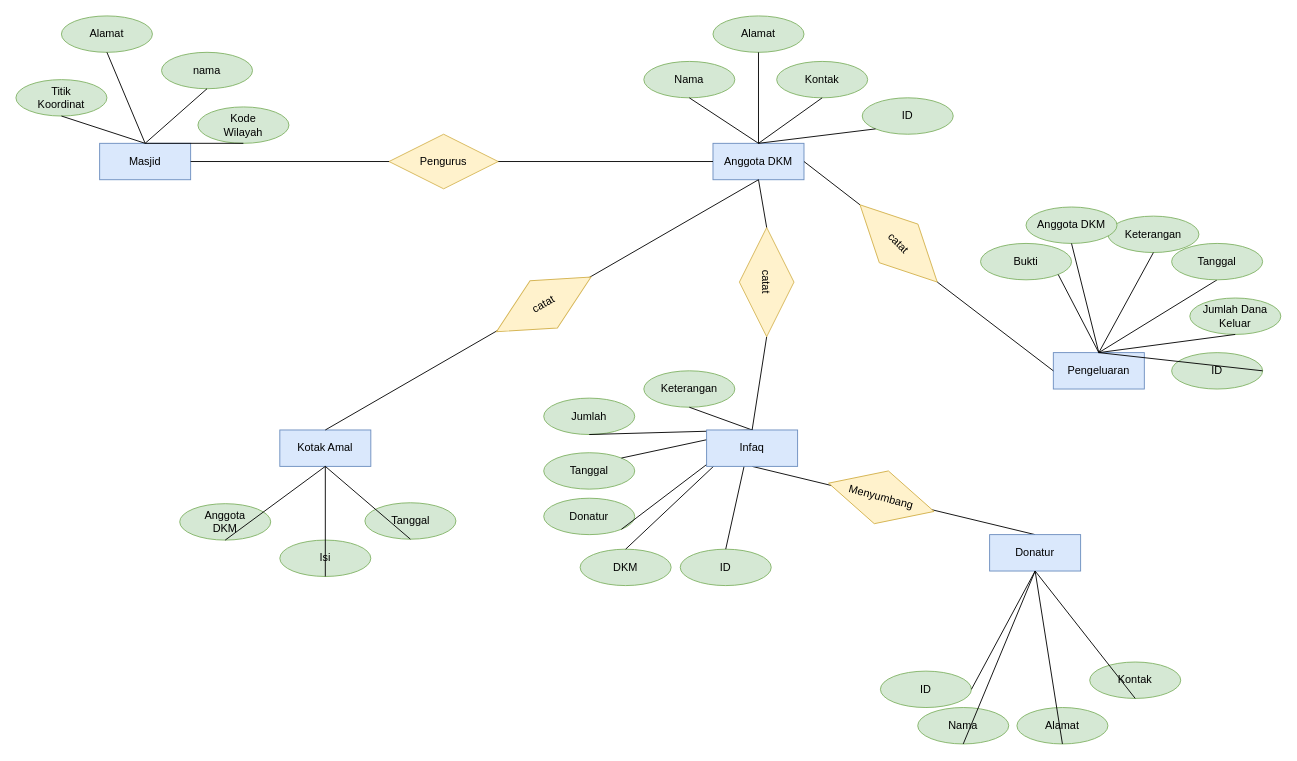
rifkymaulana6/IF214002 keeps this draw.io diagram as pertemuan2/ERD.drawio. Above is the earlier version. Source tidied: cells renumbered, new cells numbered last; positions are measured from the earlier drawing's top-left corner, leaving out a move shared by most shapes. Both pictures are drawn from the tidied source at 91%, with x=0, y=0 at pixel (15, 15).
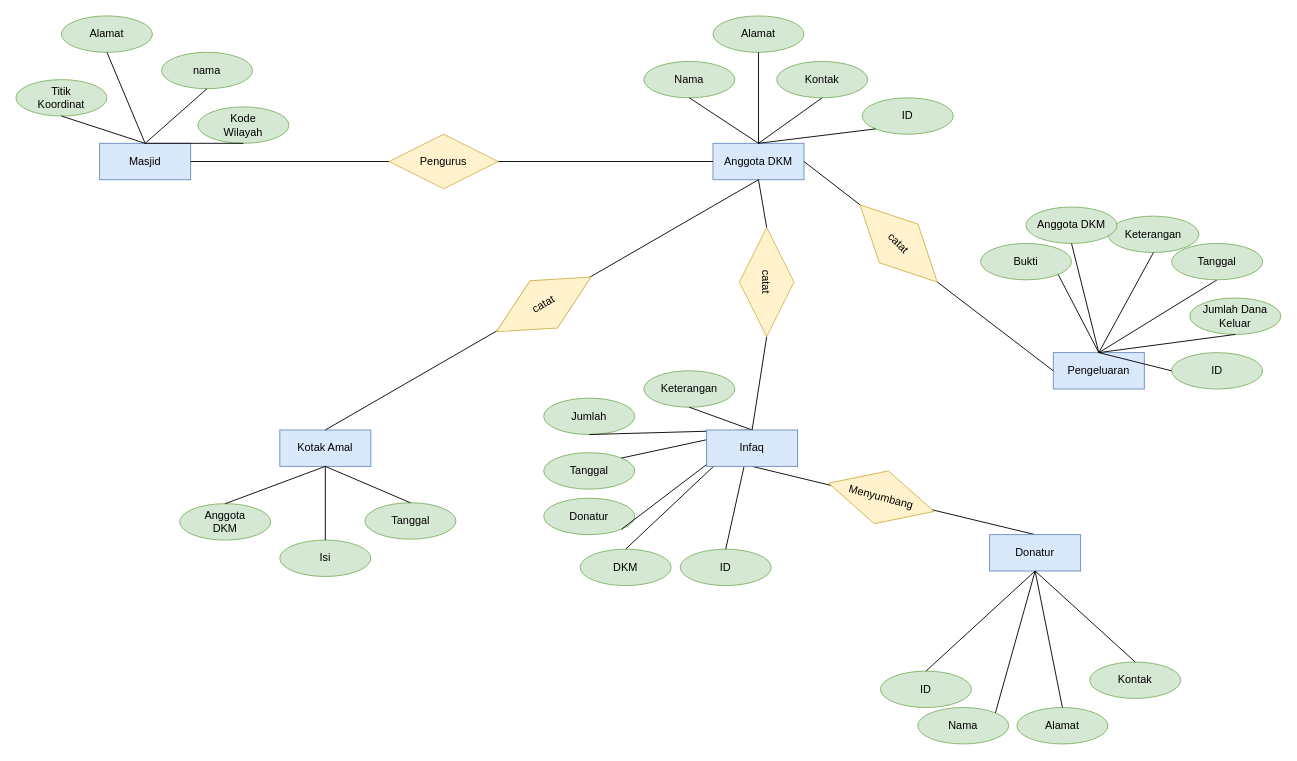
The same page after the edit.

Unchanged cells that the change refers to:
```xml
<mxCell id="19" value="Donatur" style="whiteSpace=wrap;html=1;align=center;fillColor=#dae8fc;strokeColor=#6c8ebf;" parent="1" vertex="1">
  <mxGeometry x="1070" y="570" width="100" height="40" as="geometry" />
</mxCell>
<mxCell id="20" value="Nama" style="ellipse;whiteSpace=wrap;html=1;align=center;fillColor=#d5e8d4;strokeColor=#82b366;" parent="1" vertex="1">
  <mxGeometry x="991" y="760" width="100" height="40" as="geometry" />
</mxCell>
<mxCell id="21" value="Alamat" style="ellipse;whiteSpace=wrap;html=1;align=center;fillColor=#d5e8d4;strokeColor=#82b366;" parent="1" vertex="1">
  <mxGeometry x="1100" y="760" width="100" height="40" as="geometry" />
</mxCell>
<mxCell id="22" value="Kontak" style="ellipse;whiteSpace=wrap;html=1;align=center;fillColor=#d5e8d4;strokeColor=#82b366;" parent="1" vertex="1">
  <mxGeometry x="1180" y="710" width="100" height="40" as="geometry" />
</mxCell>
<mxCell id="27" value="Kotak Amal" style="whiteSpace=wrap;html=1;align=center;fillColor=#dae8fc;strokeColor=#6c8ebf;" parent="1" vertex="1">
  <mxGeometry x="290" y="455" width="100" height="40" as="geometry" />
</mxCell>
<mxCell id="28" value="Anggota&lt;br&gt;DKM" style="ellipse;whiteSpace=wrap;html=1;align=center;fillColor=#d5e8d4;strokeColor=#82b366;" parent="1" vertex="1">
  <mxGeometry x="180" y="536" width="100" height="40" as="geometry" />
</mxCell>
<mxCell id="29" value="Tanggal" style="ellipse;whiteSpace=wrap;html=1;align=center;fillColor=#d5e8d4;strokeColor=#82b366;" parent="1" vertex="1">
  <mxGeometry x="383.5" y="535" width="100" height="40" as="geometry" />
</mxCell>
<mxCell id="32" value="Pengeluaran" style="whiteSpace=wrap;html=1;align=center;fillColor=#dae8fc;strokeColor=#6c8ebf;" parent="1" vertex="1">
  <mxGeometry x="1140" y="370" width="100" height="40" as="geometry" />
</mxCell>
<mxCell id="43" value="ID" style="ellipse;whiteSpace=wrap;html=1;align=center;fillColor=#d5e8d4;strokeColor=#82b366;" parent="1" vertex="1">
  <mxGeometry x="1270" y="370" width="100" height="40" as="geometry" />
</mxCell>
<mxCell id="47" value="ID" style="ellipse;whiteSpace=wrap;html=1;align=center;fillColor=#d5e8d4;strokeColor=#82b366;" parent="1" vertex="1">
  <mxGeometry x="950" y="720" width="100" height="40" as="geometry" />
</mxCell>
<mxCell id="49" value="Isi" style="ellipse;whiteSpace=wrap;html=1;align=center;fillColor=#d5e8d4;strokeColor=#82b366;" parent="1" vertex="1">
  <mxGeometry x="290" y="576" width="100" height="40" as="geometry" />
</mxCell>
```

What changed in the source:
```diff
@@
-    <mxCell id="23" style="endArrow=none;html=1;rounded=0;exitX=0.5;exitY=1;exitDx=0;exitDy=0;entryX=0.5;entryY=1;entryDx=0;entryDy=0;" parent="1" edge="1" source="19" target="21">
+    <mxCell id="23" style="endArrow=none;html=1;rounded=0;exitX=0.5;exitY=1;exitDx=0;exitDy=0;entryX=0.5;entryY=0;entryDx=0;entryDy=0;" parent="1" edge="1" source="19" target="21">
       <mxGeometry relative="1" as="geometry" />
     </mxCell>
-    <mxCell id="24" style="endArrow=none;html=1;rounded=0;entryX=0.5;entryY=1;entryDx=0;entryDy=0;exitX=0.5;exitY=1;exitDx=0;exitDy=0;" parent="1" edge="1" source="19" target="20">
+    <mxCell id="24" style="endArrow=none;html=1;rounded=0;entryX=1;entryY=0;entryDx=0;entryDy=0;exitX=0.5;exitY=1;exitDx=0;exitDy=0;" parent="1" edge="1" source="19" target="20">
       <mxGeometry relative="1" as="geometry" />
     </mxCell>
-    <mxCell id="25" style="endArrow=none;html=1;rounded=0;entryX=0.5;entryY=1;entryDx=0;entryDy=0;exitX=0.5;exitY=1;exitDx=0;exitDy=0;" parent="1" edge="1" source="19" target="22">
+    <mxCell id="25" style="endArrow=none;html=1;rounded=0;entryX=0.5;entryY=0;entryDx=0;entryDy=0;exitX=0.5;exitY=1;exitDx=0;exitDy=0;" parent="1" edge="1" source="19" target="22">
       <mxGeometry relative="1" as="geometry" />
     </mxCell>
@@
-    <mxCell id="30" style="endArrow=none;html=1;rounded=0;exitX=0.5;exitY=1;exitDx=0;exitDy=0;entryX=0.5;entryY=1;entryDx=0;entryDy=0;" parent="1" edge="1" source="27" target="28">
+    <mxCell id="30" style="endArrow=none;html=1;rounded=0;exitX=0.5;exitY=1;exitDx=0;exitDy=0;entryX=0.5;entryY=0;entryDx=0;entryDy=0;" parent="1" edge="1" source="27" target="28">
       <mxGeometry relative="1" as="geometry" />
     </mxCell>
-    <mxCell id="31" style="endArrow=none;html=1;rounded=0;entryX=0.5;entryY=1;entryDx=0;entryDy=0;exitX=0.5;exitY=1;exitDx=0;exitDy=0;" parent="1" edge="1" source="27" target="29">
+    <mxCell id="31" style="endArrow=none;html=1;rounded=0;entryX=0.5;entryY=0;entryDx=0;entryDy=0;exitX=0.5;exitY=1;exitDx=0;exitDy=0;" parent="1" edge="1" source="27" target="29">
       <mxGeometry relative="1" as="geometry" />
     </mxCell>
@@
-    <mxCell id="46" style="endArrow=none;html=1;rounded=0;exitX=1;exitY=0.5;exitDx=0;exitDy=0;entryX=0.5;entryY=0;entryDx=0;entryDy=0;" parent="1" edge="1" source="43" target="32">
+    <mxCell id="46" style="endArrow=none;html=1;rounded=0;exitX=0;exitY=0.5;exitDx=0;exitDy=0;entryX=0.5;entryY=0;entryDx=0;entryDy=0;" parent="1" edge="1" source="43" target="32">
       <mxGeometry relative="1" as="geometry" />
     </mxCell>
@@
-    <mxCell id="48" style="endArrow=none;html=1;rounded=0;entryX=1;entryY=0.5;entryDx=0;entryDy=0;exitX=0.5;exitY=1;exitDx=0;exitDy=0;" parent="1" edge="1" source="19" target="47">
+    <mxCell id="48" style="endArrow=none;html=1;rounded=0;entryX=0.5;entryY=0;entryDx=0;entryDy=0;exitX=0.5;exitY=1;exitDx=0;exitDy=0;" parent="1" edge="1" source="19" target="47">
       <mxGeometry relative="1" as="geometry" />
     </mxCell>
@@
-    <mxCell id="50" style="endArrow=none;html=1;rounded=0;entryX=0.5;entryY=1;entryDx=0;entryDy=0;exitX=0.5;exitY=1;exitDx=0;exitDy=0;" parent="1" edge="1" source="27" target="49">
+    <mxCell id="50" style="endArrow=none;html=1;rounded=0;entryX=0.5;entryY=0;entryDx=0;entryDy=0;exitX=0.5;exitY=1;exitDx=0;exitDy=0;" parent="1" edge="1" source="27" target="49">
       <mxGeometry relative="1" as="geometry" />
     </mxCell>
```
